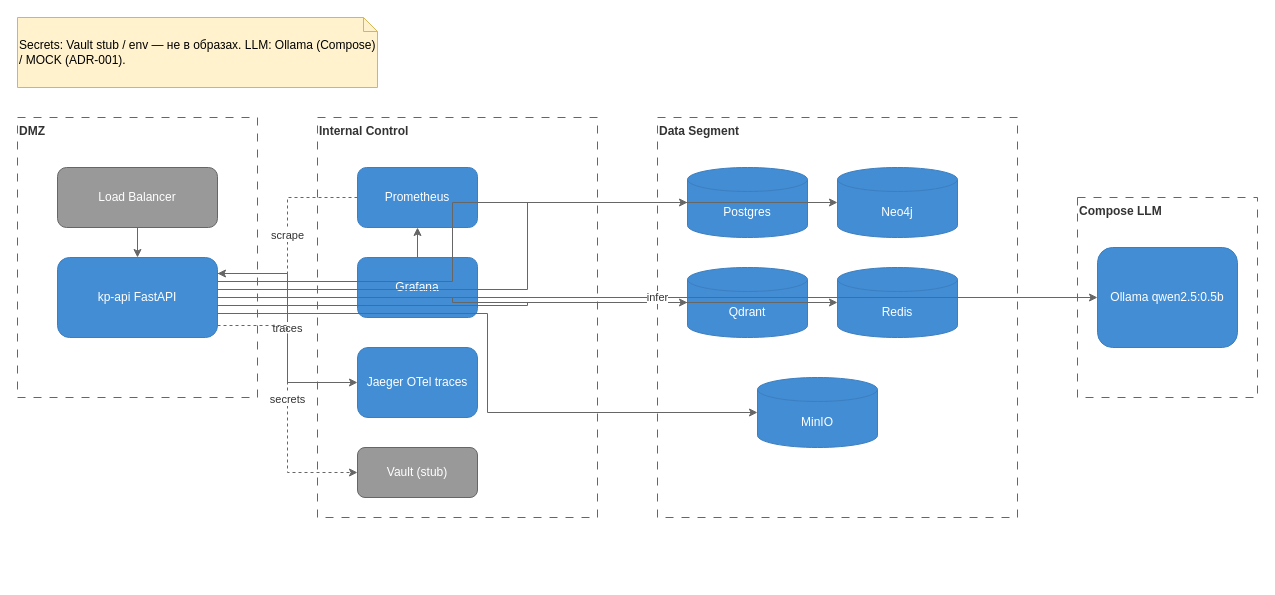
Earlier version of the draw.io diagram architecture/diagrams/deployment.drawio (YuesIt17/yuit-docs-ai-architect-platform). Source tidied: cells renumbered, new cells numbered last; positions are measured from the earlier drawing's top-left corner, leaving out a move shared by most shapes. Both pictures are drawn from the tidied source at 100%, with x=0, y=0 at pixel (17, 17).
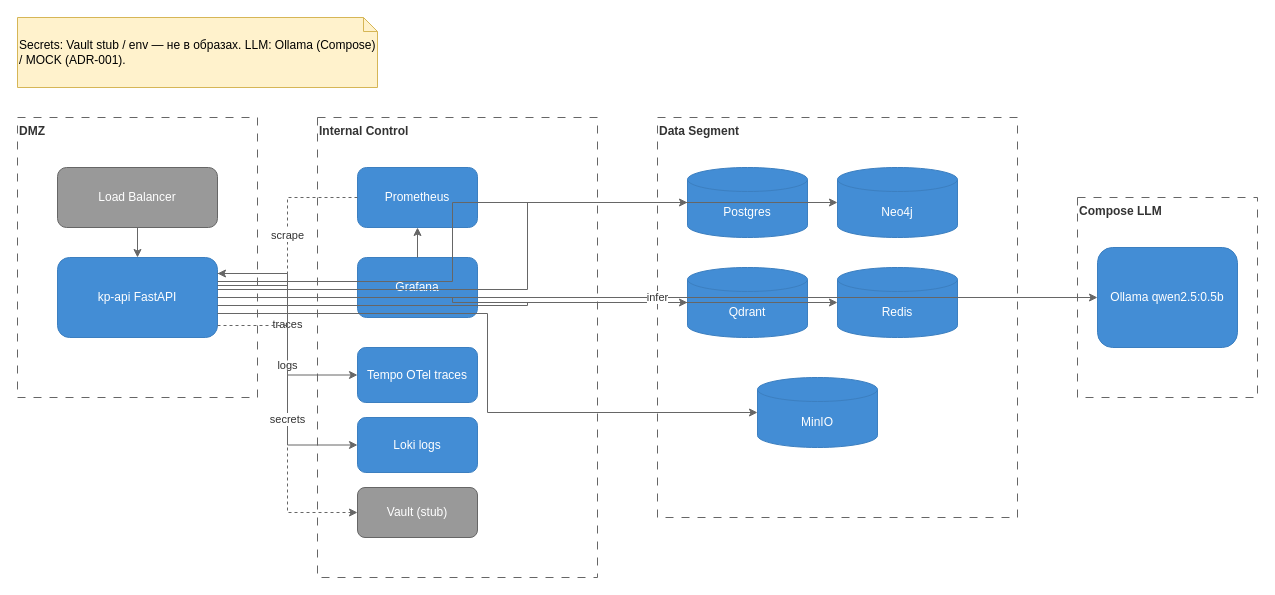
The same page after the edit.

Unchanged cells that the change refers to:
```xml
<mxCell id="5" value="kp-api&amp;#10;FastAPI" style="rounded=1;whiteSpace=wrap;html=1;fillColor=#438DD5;strokeColor=#3C7FC0;fontColor=#ffffff;align=center;" parent="3" vertex="1">
  <mxGeometry x="40" y="140" width="160" height="80" as="geometry" />
</mxCell>
```

Change to the diagram source:
```diff
@@
     <mxCell id="6" value="Internal Control" style="rounded=0;whiteSpace=wrap;html=1;dashed=1;dashPattern=8 8;fillColor=none;strokeColor=#666666;align=left;verticalAlign=top;fontStyle=1;fontColor=#333333;" parent="1" vertex="1">
-      <mxGeometry x="300" y="100" width="280" height="400" as="geometry" />
+      <mxGeometry x="300" y="100" width="280" height="460" as="geometry" />
     </mxCell>
@@
-    <mxCell id="9" value="Jaeger&amp;#10;OTel traces" style="rounded=1;whiteSpace=wrap;html=1;fillColor=#438DD5;strokeColor=#3C7FC0;fontColor=#ffffff;align=center;" parent="6" vertex="1">
-      <mxGeometry x="40" y="230" width="120" height="70" as="geometry" />
+    <mxCell id="9" value="Tempo&amp;#10;OTel traces" style="rounded=1;whiteSpace=wrap;html=1;fillColor=#438DD5;strokeColor=#3C7FC0;fontColor=#ffffff;align=center;" parent="6" vertex="1">
+      <mxGeometry x="40" y="230" width="120" height="55" as="geometry" />
     </mxCell>
+    <mxCell id="30" value="Loki&amp;#10;logs" style="rounded=1;whiteSpace=wrap;html=1;fillColor=#438DD5;strokeColor=#3C7FC0;fontColor=#ffffff;align=center;" parent="6" vertex="1">
+      <mxGeometry x="40" y="300" width="120" height="55" as="geometry" />
+    </mxCell>
     <mxCell id="10" value="Vault&amp;#10;(stub)" style="rounded=1;whiteSpace=wrap;html=1;fillColor=#999999;strokeColor=#666666;fontColor=#ffffff;align=center;" parent="6" vertex="1">
-      <mxGeometry x="40" y="330" width="120" height="50" as="geometry" />
+      <mxGeometry x="40" y="370" width="120" height="50" as="geometry" />
     </mxCell>
@@
+    <mxCell id="31" value="logs" style="edgeStyle=orthogonalEdgeStyle;rounded=0;jettySize=auto;html=1;strokeColor=#666666;fontColor=#333333;labelBackgroundColor=#ffffff;exitX=1;exitY=0.35;exitDx=0;exitDy=0;entryX=0;entryY=0.5;entryDx=0;entryDy=0;" parent="1" edge="1" source="5" target="30">
+      <mxGeometry relative="1" as="geometry" />
+    </mxCell>
```
